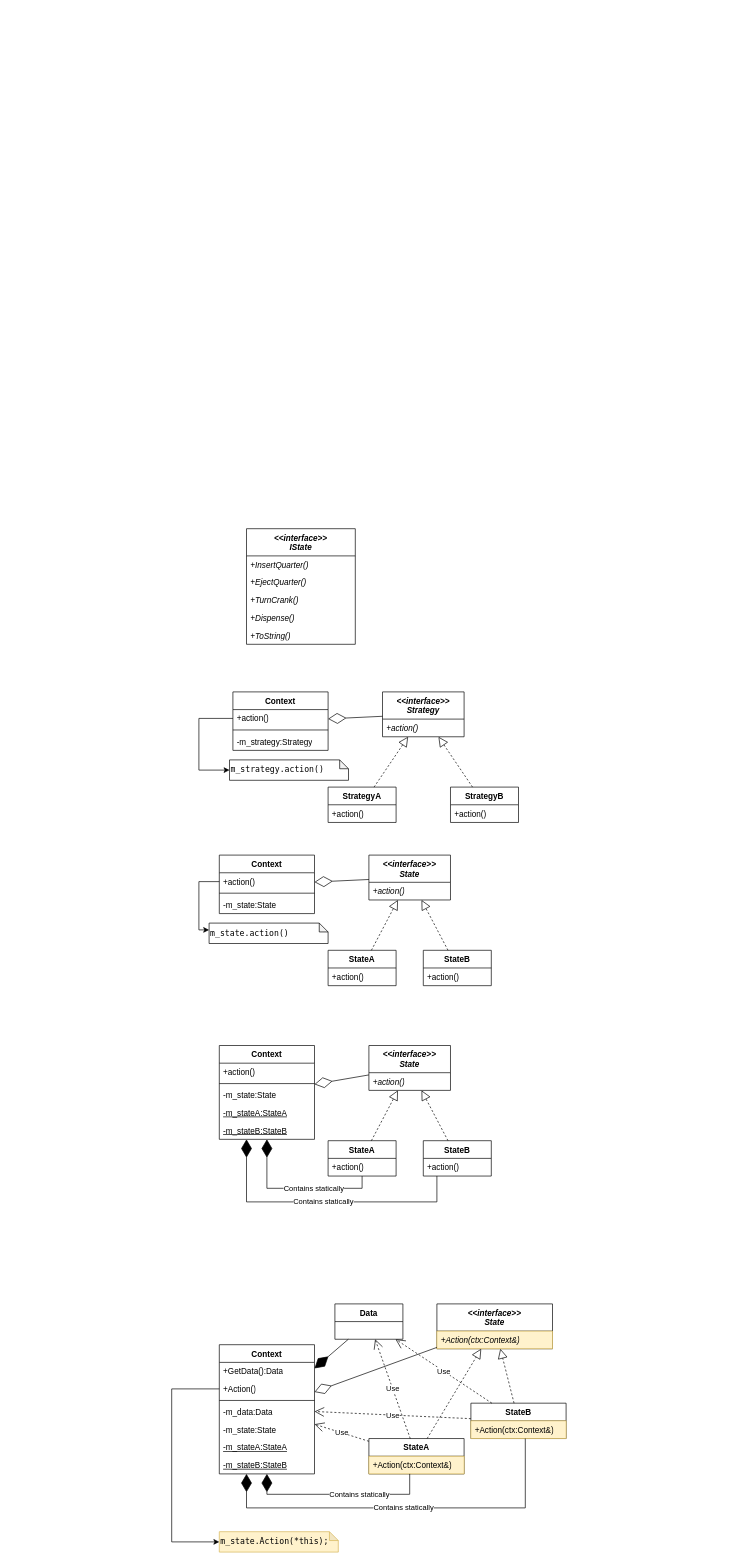
The draw.io diagram lectures/11.state/state.drawio in alexey-malov/ood, before the edit. Source tidied: cells renumbered, new cells numbered last; positions are measured from the earlier drawing's top-left corner, leaving out a move shared by most shapes. Both pictures are drawn from the tidied source at 68%, with x=0, y=0 at pixel (171, 528).
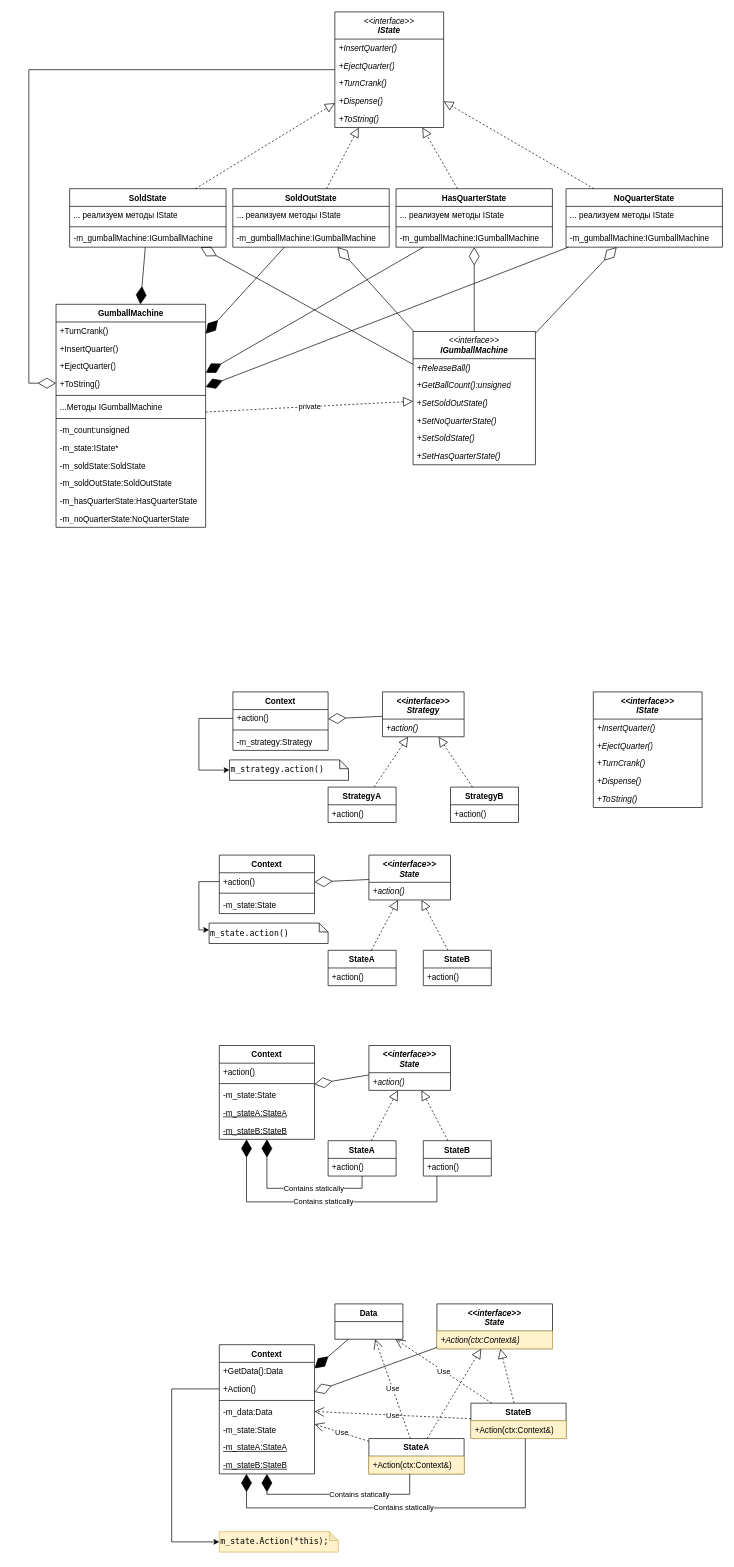
Above is the later version.

Change to the diagram source:
```diff
@@
     <mxCell id="2" value="&lt;i&gt;&amp;lt;&amp;lt;interface&amp;gt;&amp;gt;&lt;br&gt;IState&lt;/i&gt;" style="swimlane;fontStyle=1;align=center;verticalAlign=top;horizontal=1;startSize=40;whiteSpace=wrap;html=1;" parent="1" vertex="1">
-      <mxGeometry x="110" width="160" height="170" as="geometry" />
+      <mxGeometry x="620" y="240" width="160" height="170" as="geometry" />
     </mxCell>
@@
+    <mxCell id="82" value="&lt;i style=&quot;font-weight: normal;&quot;&gt;&amp;lt;&amp;lt;interface&amp;gt;&amp;gt;&lt;/i&gt;&lt;br&gt;&lt;i&gt;IState&lt;/i&gt;" style="swimlane;fontStyle=1;align=center;verticalAlign=top;horizontal=1;startSize=40;whiteSpace=wrap;html=1;" parent="1" vertex="1">
+      <mxGeometry x="239.9" y="-760" width="160" height="170" as="geometry" />
+    </mxCell>
+    <mxCell id="83" value="+InsertQuarter()" style="text;strokeColor=none;fillColor=none;align=left;verticalAlign=top;spacingLeft=4;spacingRight=4;overflow=hidden;whiteSpace=wrap;html=1;fontStyle=2;" parent="82" vertex="1">
+      <mxGeometry y="40" width="160" height="26" as="geometry" />
+    </mxCell>
+    <mxCell id="84" value="+EjectQuarter()" style="text;strokeColor=none;fillColor=none;align=left;verticalAlign=top;spacingLeft=4;spacingRight=4;overflow=hidden;whiteSpace=wrap;html=1;fontStyle=2;" parent="82" vertex="1">
+      <mxGeometry y="66" width="160" height="26" as="geometry" />
+    </mxCell>
+    <mxCell id="85" value="+TurnCrank()" style="text;strokeColor=none;fillColor=none;align=left;verticalAlign=top;spacingLeft=4;spacingRight=4;overflow=hidden;whiteSpace=wrap;html=1;fontStyle=2;" parent="82" vertex="1">
+      <mxGeometry y="92" width="160" height="26" as="geometry" />
+    </mxCell>
+    <mxCell id="86" value="+Dispense()" style="text;strokeColor=none;fillColor=none;align=left;verticalAlign=top;spacingLeft=4;spacingRight=4;overflow=hidden;whiteSpace=wrap;html=1;fontStyle=2;" parent="82" vertex="1">
+      <mxGeometry y="118" width="160" height="26" as="geometry" />
+    </mxCell>
+    <mxCell id="87" value="+ToString()" style="text;strokeColor=none;fillColor=none;align=left;verticalAlign=top;spacingLeft=4;spacingRight=4;overflow=hidden;whiteSpace=wrap;html=1;fontStyle=2;" parent="82" vertex="1">
+      <mxGeometry y="144" width="160" height="26" as="geometry" />
+    </mxCell>
+    <mxCell id="88" value="SoldState" style="swimlane;fontStyle=1;align=center;verticalAlign=top;horizontal=1;startSize=26;whiteSpace=wrap;html=1;" parent="1" vertex="1">
+      <mxGeometry x="-150.1" y="-500" width="230" height="86" as="geometry" />
+    </mxCell>
+    <mxCell id="89" value="... реализуем методы IState" style="text;strokeColor=none;fillColor=none;align=left;verticalAlign=top;spacingLeft=4;spacingRight=4;overflow=hidden;whiteSpace=wrap;html=1;" parent="88" vertex="1">
+      <mxGeometry y="26" width="230" height="26" as="geometry" />
+    </mxCell>
+    <mxCell id="90" style="line;strokeWidth=1;fillColor=none;align=left;verticalAlign=middle;spacingTop=-1;spacingLeft=3;spacingRight=3;labelPosition=right;strokeColor=inherit;" parent="88" vertex="1">
+      <mxGeometry y="52" width="230" height="8" as="geometry" />
+    </mxCell>
+    <mxCell id="91" value="-m_gumballMachine:IGumballMachine" style="text;strokeColor=none;fillColor=none;align=left;verticalAlign=top;spacingLeft=4;spacingRight=4;overflow=hidden;whiteSpace=wrap;html=1;" parent="88" vertex="1">
+      <mxGeometry y="60" width="230" height="26" as="geometry" />
+    </mxCell>
+    <mxCell id="92" style="endArrow=block;dashed=1;endFill=0;endSize=12;html=1;rounded=0;" parent="1" edge="1" source="88" target="82">
+      <mxGeometry relative="1" as="geometry" />
+    </mxCell>
+    <mxCell id="93" value="SoldOutState" style="swimlane;fontStyle=1;align=center;verticalAlign=top;horizontal=1;startSize=26;whiteSpace=wrap;html=1;" parent="1" vertex="1">
+      <mxGeometry x="89.9" y="-500" width="230" height="86" as="geometry" />
+    </mxCell>
+    <mxCell id="94" value="... реализуем методы IState" style="text;strokeColor=none;fillColor=none;align=left;verticalAlign=top;spacingLeft=4;spacingRight=4;overflow=hidden;whiteSpace=wrap;html=1;" parent="93" vertex="1">
+      <mxGeometry y="26" width="230" height="26" as="geometry" />
+    </mxCell>
+    <mxCell id="95" style="line;strokeWidth=1;fillColor=none;align=left;verticalAlign=middle;spacingTop=-1;spacingLeft=3;spacingRight=3;labelPosition=right;strokeColor=inherit;" parent="93" vertex="1">
+      <mxGeometry y="52" width="230" height="8" as="geometry" />
+    </mxCell>
+    <mxCell id="96" value="-m_gumballMachine:IGumballMachine" style="text;strokeColor=none;fillColor=none;align=left;verticalAlign=top;spacingLeft=4;spacingRight=4;overflow=hidden;whiteSpace=wrap;html=1;" parent="93" vertex="1">
+      <mxGeometry y="60" width="230" height="26" as="geometry" />
+    </mxCell>
+    <mxCell id="97" style="endArrow=block;dashed=1;endFill=0;endSize=12;html=1;rounded=0;" parent="1" edge="1" source="93" target="82">
+      <mxGeometry relative="1" as="geometry" />
+    </mxCell>
+    <mxCell id="98" value="HasQuarterState" style="swimlane;fontStyle=1;align=center;verticalAlign=top;horizontal=1;startSize=26;whiteSpace=wrap;html=1;" parent="1" vertex="1">
+      <mxGeometry x="329.9" y="-500" width="230" height="86" as="geometry" />
+    </mxCell>
+    <mxCell id="99" value="... реализуем методы IState" style="text;strokeColor=none;fillColor=none;align=left;verticalAlign=top;spacingLeft=4;spacingRight=4;overflow=hidden;whiteSpace=wrap;html=1;" parent="98" vertex="1">
+      <mxGeometry y="26" width="230" height="26" as="geometry" />
+    </mxCell>
+    <mxCell id="100" style="line;strokeWidth=1;fillColor=none;align=left;verticalAlign=middle;spacingTop=-1;spacingLeft=3;spacingRight=3;labelPosition=right;strokeColor=inherit;" parent="98" vertex="1">
+      <mxGeometry y="52" width="230" height="8" as="geometry" />
+    </mxCell>
+    <mxCell id="101" value="-m_gumballMachine:IGumballMachine" style="text;strokeColor=none;fillColor=none;align=left;verticalAlign=top;spacingLeft=4;spacingRight=4;overflow=hidden;whiteSpace=wrap;html=1;" parent="98" vertex="1">
+      <mxGeometry y="60" width="230" height="26" as="geometry" />
+    </mxCell>
+    <mxCell id="102" value="NoQuarterState" style="swimlane;fontStyle=1;align=center;verticalAlign=top;horizontal=1;startSize=26;whiteSpace=wrap;html=1;" parent="1" vertex="1">
+      <mxGeometry x="579.9" y="-500" width="230" height="86" as="geometry" />
+    </mxCell>
+    <mxCell id="103" value="... реализуем методы IState" style="text;strokeColor=none;fillColor=none;align=left;verticalAlign=top;spacingLeft=4;spacingRight=4;overflow=hidden;whiteSpace=wrap;html=1;" parent="102" vertex="1">
+      <mxGeometry y="26" width="230" height="26" as="geometry" />
+    </mxCell>
+    <mxCell id="104" style="line;strokeWidth=1;fillColor=none;align=left;verticalAlign=middle;spacingTop=-1;spacingLeft=3;spacingRight=3;labelPosition=right;strokeColor=inherit;" parent="102" vertex="1">
+      <mxGeometry y="52" width="230" height="8" as="geometry" />
+    </mxCell>
+    <mxCell id="105" value="-m_gumballMachine:IGumballMachine" style="text;strokeColor=none;fillColor=none;align=left;verticalAlign=top;spacingLeft=4;spacingRight=4;overflow=hidden;whiteSpace=wrap;html=1;" parent="102" vertex="1">
+      <mxGeometry y="60" width="230" height="26" as="geometry" />
+    </mxCell>
+    <mxCell id="106" style="endArrow=block;dashed=1;endFill=0;endSize=12;html=1;rounded=0;" parent="1" edge="1" source="98" target="82">
+      <mxGeometry relative="1" as="geometry" />
+    </mxCell>
+    <mxCell id="107" style="endArrow=block;dashed=1;endFill=0;endSize=12;html=1;rounded=0;" parent="1" edge="1" source="102" target="82">
+      <mxGeometry relative="1" as="geometry" />
+    </mxCell>
+    <mxCell id="108" value="&lt;i style=&quot;font-weight: normal;&quot;&gt;&amp;lt;&amp;lt;interface&amp;gt;&amp;gt;&lt;/i&gt;&lt;br&gt;&lt;i&gt;IGumballMachine&lt;/i&gt;" style="swimlane;fontStyle=1;align=center;verticalAlign=top;horizontal=1;startSize=40;whiteSpace=wrap;html=1;" parent="1" vertex="1">
+      <mxGeometry x="354.9" y="-290" width="180" height="196" as="geometry" />
+    </mxCell>
+    <mxCell id="109" value="+ReleaseBall()" style="text;strokeColor=none;fillColor=none;align=left;verticalAlign=top;spacingLeft=4;spacingRight=4;overflow=hidden;whiteSpace=wrap;html=1;fontStyle=2;" parent="108" vertex="1">
+      <mxGeometry y="40" width="180" height="26" as="geometry" />
+    </mxCell>
+    <mxCell id="110" value="+GetBallCount():unsigned" style="text;strokeColor=none;fillColor=none;align=left;verticalAlign=top;spacingLeft=4;spacingRight=4;overflow=hidden;whiteSpace=wrap;html=1;fontStyle=2;" parent="108" vertex="1">
+      <mxGeometry y="66" width="180" height="26" as="geometry" />
+    </mxCell>
+    <mxCell id="111" value="+SetSoldOutState()" style="text;strokeColor=none;fillColor=none;align=left;verticalAlign=top;spacingLeft=4;spacingRight=4;overflow=hidden;whiteSpace=wrap;html=1;fontStyle=2;" parent="108" vertex="1">
+      <mxGeometry y="92" width="180" height="26" as="geometry" />
+    </mxCell>
+    <mxCell id="112" value="+SetNoQuarterState()" style="text;strokeColor=none;fillColor=none;align=left;verticalAlign=top;spacingLeft=4;spacingRight=4;overflow=hidden;whiteSpace=wrap;html=1;fontStyle=2;" parent="108" vertex="1">
+      <mxGeometry y="118" width="180" height="26" as="geometry" />
+    </mxCell>
+    <mxCell id="113" value="+SetSoldState()" style="text;strokeColor=none;fillColor=none;align=left;verticalAlign=top;spacingLeft=4;spacingRight=4;overflow=hidden;whiteSpace=wrap;html=1;fontStyle=2;" parent="108" vertex="1">
+      <mxGeometry y="144" width="180" height="26" as="geometry" />
+    </mxCell>
+    <mxCell id="114" value="+SetHasQuarterState()" style="text;strokeColor=none;fillColor=none;align=left;verticalAlign=top;spacingLeft=4;spacingRight=4;overflow=hidden;whiteSpace=wrap;html=1;fontStyle=2;" parent="108" vertex="1">
+      <mxGeometry y="170" width="180" height="26" as="geometry" />
+    </mxCell>
+    <mxCell id="115" style="endArrow=diamondThin;endFill=0;endSize=24;html=1;rounded=0;" parent="1" edge="1" source="108" target="88">
+      <mxGeometry relative="1" as="geometry" />
+    </mxCell>
+    <mxCell id="116" style="endArrow=diamondThin;endFill=0;endSize=24;html=1;rounded=0;" parent="1" edge="1" source="108" target="93">
+      <mxGeometry relative="1" as="geometry" />
+    </mxCell>
+    <mxCell id="117" style="endArrow=diamondThin;endFill=0;endSize=24;html=1;rounded=0;" parent="1" edge="1" source="108" target="98">
+      <mxGeometry relative="1" as="geometry" />
+    </mxCell>
+    <mxCell id="118" style="endArrow=diamondThin;endFill=0;endSize=24;html=1;rounded=0;" parent="1" edge="1" source="108" target="102">
+      <mxGeometry relative="1" as="geometry" />
+    </mxCell>
+    <mxCell id="119" value="GumballMachine" style="swimlane;fontStyle=1;align=center;verticalAlign=top;horizontal=1;startSize=26;whiteSpace=wrap;html=1;" parent="1" vertex="1">
+      <mxGeometry x="-170.1" y="-330" width="220" height="328" as="geometry" />
+    </mxCell>
+    <mxCell id="120" value="+TurnCrank()" style="text;strokeColor=none;fillColor=none;align=left;verticalAlign=top;spacingLeft=4;spacingRight=4;overflow=hidden;whiteSpace=wrap;html=1;" parent="119" vertex="1">
+      <mxGeometry y="26" width="220" height="26" as="geometry" />
+    </mxCell>
+    <mxCell id="121" value="+InsertQuarter()" style="text;strokeColor=none;fillColor=none;align=left;verticalAlign=top;spacingLeft=4;spacingRight=4;overflow=hidden;whiteSpace=wrap;html=1;" parent="119" vertex="1">
+      <mxGeometry y="52" width="220" height="26" as="geometry" />
+    </mxCell>
+    <mxCell id="122" value="+EjectQuarter()" style="text;strokeColor=none;fillColor=none;align=left;verticalAlign=top;spacingLeft=4;spacingRight=4;overflow=hidden;whiteSpace=wrap;html=1;" parent="119" vertex="1">
+      <mxGeometry y="78" width="220" height="26" as="geometry" />
+    </mxCell>
+    <mxCell id="123" value="+ToString()" style="text;strokeColor=none;fillColor=none;align=left;verticalAlign=top;spacingLeft=4;spacingRight=4;overflow=hidden;whiteSpace=wrap;html=1;" parent="119" vertex="1">
+      <mxGeometry y="104" width="220" height="26" as="geometry" />
+    </mxCell>
+    <mxCell id="124" style="line;strokeWidth=1;fillColor=none;align=left;verticalAlign=middle;spacingTop=-1;spacingLeft=3;spacingRight=3;labelPosition=right;strokeColor=inherit;" parent="119" vertex="1">
+      <mxGeometry y="130" width="220" height="8" as="geometry" />
+    </mxCell>
+    <mxCell id="125" value="...Методы IGumballMachine" style="text;strokeColor=none;fillColor=none;align=left;verticalAlign=top;spacingLeft=4;spacingRight=4;overflow=hidden;whiteSpace=wrap;html=1;" parent="119" vertex="1">
+      <mxGeometry y="138" width="220" height="26" as="geometry" />
+    </mxCell>
+    <mxCell id="126" style="line;strokeWidth=1;fillColor=none;align=left;verticalAlign=middle;spacingTop=-1;spacingLeft=3;spacingRight=3;labelPosition=right;strokeColor=inherit;" parent="119" vertex="1">
+      <mxGeometry y="164" width="220" height="8" as="geometry" />
+    </mxCell>
+    <mxCell id="127" value="-m_count:unsigned" style="text;strokeColor=none;fillColor=none;align=left;verticalAlign=top;spacingLeft=4;spacingRight=4;overflow=hidden;whiteSpace=wrap;html=1;" parent="119" vertex="1">
+      <mxGeometry y="172" width="220" height="26" as="geometry" />
+    </mxCell>
+    <mxCell id="128" value="-m_state:IState*" style="text;strokeColor=none;fillColor=none;align=left;verticalAlign=top;spacingLeft=4;spacingRight=4;overflow=hidden;whiteSpace=wrap;html=1;" parent="119" vertex="1">
+      <mxGeometry y="198" width="220" height="26" as="geometry" />
+    </mxCell>
+    <mxCell id="129" value="-m_soldState:SoldState" style="text;strokeColor=none;fillColor=none;align=left;verticalAlign=top;spacingLeft=4;spacingRight=4;overflow=hidden;whiteSpace=wrap;html=1;" parent="119" vertex="1">
+      <mxGeometry y="224" width="220" height="26" as="geometry" />
+    </mxCell>
+    <mxCell id="130" value="-m_soldOutState:SoldOutState" style="text;strokeColor=none;fillColor=none;align=left;verticalAlign=top;spacingLeft=4;spacingRight=4;overflow=hidden;whiteSpace=wrap;html=1;" parent="119" vertex="1">
+      <mxGeometry y="250" width="220" height="26" as="geometry" />
+    </mxCell>
+    <mxCell id="131" value="-m_hasQuarterState:HasQuarterState" style="text;strokeColor=none;fillColor=none;align=left;verticalAlign=top;spacingLeft=4;spacingRight=4;overflow=hidden;whiteSpace=wrap;html=1;" parent="119" vertex="1">
+      <mxGeometry y="276" width="220" height="26" as="geometry" />
+    </mxCell>
+    <mxCell id="132" value="-m_noQuarterState:NoQuarterState" style="text;strokeColor=none;fillColor=none;align=left;verticalAlign=top;spacingLeft=4;spacingRight=4;overflow=hidden;whiteSpace=wrap;html=1;" parent="119" vertex="1">
+      <mxGeometry y="302" width="220" height="26" as="geometry" />
+    </mxCell>
+    <mxCell id="133" value="private" style="endArrow=block;dashed=1;endFill=0;endSize=12;html=1;rounded=0;" parent="1" edge="1" source="119" target="108">
+      <mxGeometry relative="1" as="geometry" />
+    </mxCell>
+    <mxCell id="134" style="endArrow=diamondThin;endFill=1;endSize=24;html=1;rounded=0;" parent="1" edge="1" source="88" target="119">
+      <mxGeometry relative="1" as="geometry" />
+    </mxCell>
+    <mxCell id="135" style="endArrow=diamondThin;endFill=1;endSize=24;html=1;rounded=0;" parent="1" edge="1" source="93" target="119">
+      <mxGeometry relative="1" as="geometry" />
+    </mxCell>
+    <mxCell id="136" style="endArrow=diamondThin;endFill=1;endSize=24;html=1;rounded=0;" parent="1" edge="1" source="98" target="119">
+      <mxGeometry relative="1" as="geometry" />
+    </mxCell>
+    <mxCell id="137" style="endArrow=diamondThin;endFill=1;endSize=24;html=1;rounded=0;" parent="1" edge="1" source="102" target="119">
+      <mxGeometry relative="1" as="geometry" />
+    </mxCell>
+    <mxCell id="138" style="endArrow=diamondThin;endFill=0;endSize=24;html=1;rounded=0;edgeStyle=orthogonalEdgeStyle;" parent="1" edge="1" source="82" target="119">
+      <mxGeometry relative="1" as="geometry">
+        <Array as="points">
+          <mxPoint x="-210.1" y="-675" />
+          <mxPoint x="-210.1" y="-214" />
+        </Array>
+      </mxGeometry>
+    </mxCell>
```
